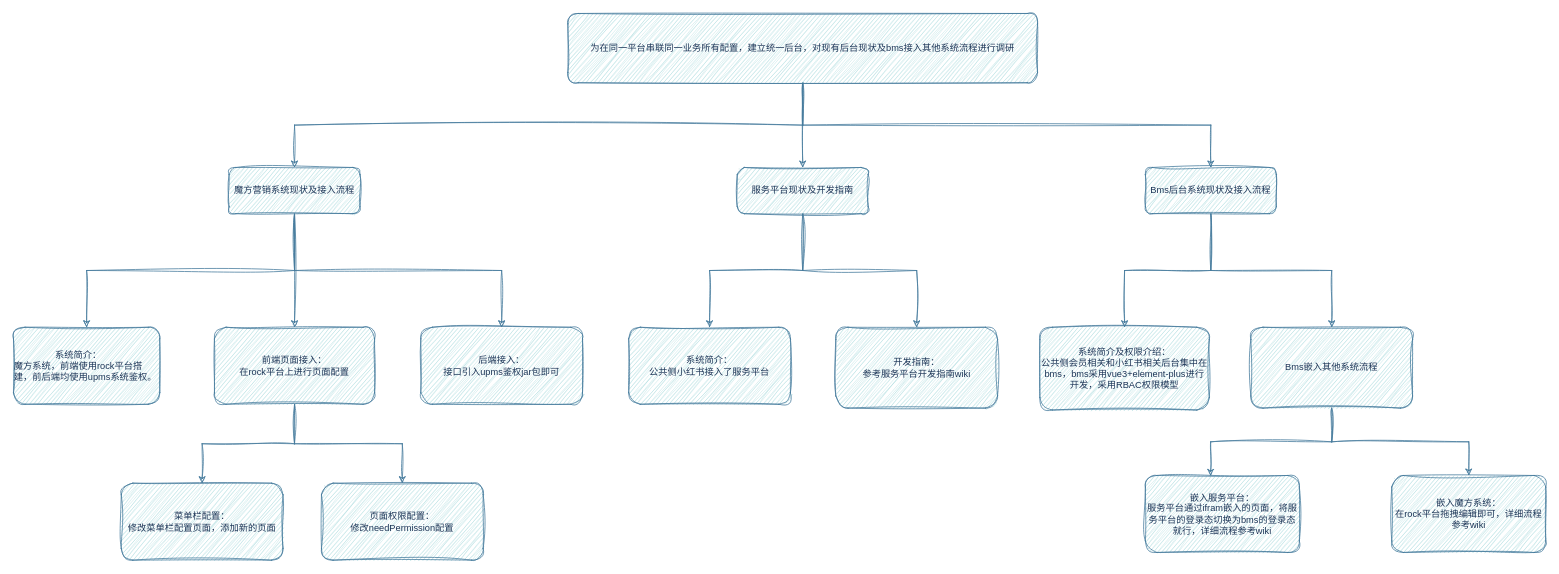
Above: Quanr/SuperCell/未命名绘图.drawio in ghjhtd/drawio (draw.io), before the change. Source tidied: cells renumbered, new cells numbered last; positions are measured from the earlier drawing's top-left corner, leaving out a move shared by most shapes. Both pictures are drawn from the tidied source at 77%, with x=0, y=0 at pixel (13, 13).
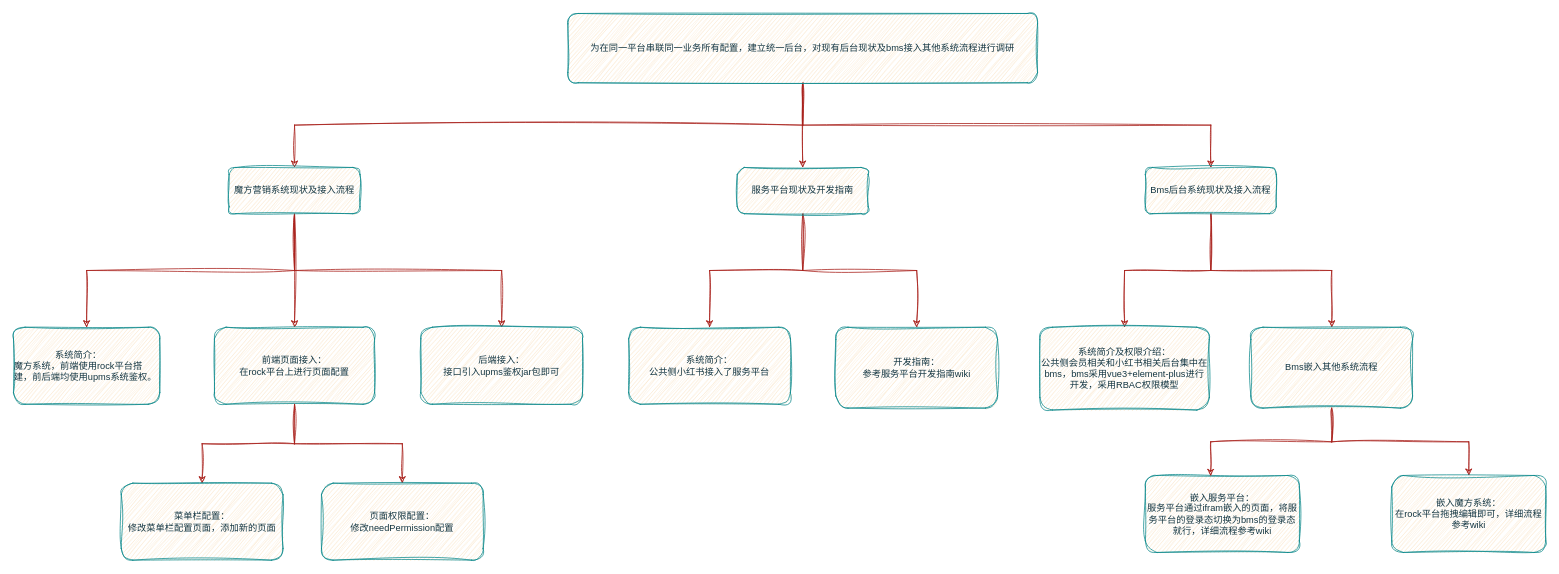
After the change.

Commit message:
结构思考力.drawio

Change to the diagram source:
```diff
@@
-    <mxCell id="2" style="edgeStyle=orthogonalEdgeStyle;rounded=0;jettySize=auto;html=1;entryX=0.5;entryY=0;entryDx=0;entryDy=0;sketch=1;curveFitting=1;jiggle=2;labelBackgroundColor=none;strokeColor=#457B9D;fontColor=default;" parent="1" edge="1" source="5" target="12">
+    <mxCell id="2" style="edgeStyle=orthogonalEdgeStyle;rounded=0;jettySize=auto;html=1;entryX=0.5;entryY=0;entryDx=0;entryDy=0;sketch=1;curveFitting=1;jiggle=2;labelBackgroundColor=none;strokeColor=#A8201A;fontColor=default;" parent="1" edge="1" source="5" target="12">
       <mxGeometry relative="1" as="geometry" />
     </mxCell>
-    <mxCell id="3" style="edgeStyle=orthogonalEdgeStyle;rounded=0;jettySize=auto;html=1;exitX=0.5;exitY=1;exitDx=0;exitDy=0;entryX=0.5;entryY=0;entryDx=0;entryDy=0;sketch=1;curveFitting=1;jiggle=2;labelBackgroundColor=none;strokeColor=#457B9D;fontColor=default;" parent="1" edge="1" source="5" target="9">
+    <mxCell id="3" style="edgeStyle=orthogonalEdgeStyle;rounded=0;jettySize=auto;html=1;exitX=0.5;exitY=1;exitDx=0;exitDy=0;entryX=0.5;entryY=0;entryDx=0;entryDy=0;sketch=1;curveFitting=1;jiggle=2;labelBackgroundColor=none;strokeColor=#A8201A;fontColor=default;" parent="1" edge="1" source="5" target="9">
       <mxGeometry relative="1" as="geometry" />
     </mxCell>
-    <mxCell id="4" style="edgeStyle=orthogonalEdgeStyle;rounded=0;jettySize=auto;html=1;exitX=0.5;exitY=1;exitDx=0;exitDy=0;entryX=0.5;entryY=0;entryDx=0;entryDy=0;sketch=1;curveFitting=1;jiggle=2;labelBackgroundColor=none;strokeColor=#457B9D;fontColor=default;" parent="1" edge="1" source="5" target="15">
+    <mxCell id="4" style="edgeStyle=orthogonalEdgeStyle;rounded=0;jettySize=auto;html=1;exitX=0.5;exitY=1;exitDx=0;exitDy=0;entryX=0.5;entryY=0;entryDx=0;entryDy=0;sketch=1;curveFitting=1;jiggle=2;labelBackgroundColor=none;strokeColor=#A8201A;fontColor=default;" parent="1" edge="1" source="5" target="15">
       <mxGeometry relative="1" as="geometry" />
     </mxCell>
-    <mxCell id="5" value="为在同一平台串联同一业务所有配置，建立统一后台，对现有后台现状及bms接入其他系统流程进行调研" style="rounded=1;whiteSpace=wrap;html=1;sketch=1;curveFitting=1;jiggle=2;labelBackgroundColor=none;fillColor=#A8DADC;strokeColor=#457B9D;fontColor=#1D3557;" parent="1" vertex="1">
+    <mxCell id="5" value="为在同一平台串联同一业务所有配置，建立统一后台，对现有后台现状及bms接入其他系统流程进行调研" style="rounded=1;whiteSpace=wrap;html=1;sketch=1;curveFitting=1;jiggle=2;labelBackgroundColor=none;fillColor=#FAE5C7;strokeColor=#0F8B8D;fontColor=#143642;" parent="1" vertex="1">
       <mxGeometry x="720" width="610" height="90" as="geometry" />
     </mxCell>
-    <mxCell id="6" style="edgeStyle=orthogonalEdgeStyle;rounded=0;jettySize=auto;html=1;exitX=0.5;exitY=1;exitDx=0;exitDy=0;entryX=0.5;entryY=0;entryDx=0;entryDy=0;sketch=1;curveFitting=1;jiggle=2;labelBackgroundColor=none;strokeColor=#457B9D;fontColor=default;" parent="1" edge="1" source="9" target="19">
+    <mxCell id="6" style="edgeStyle=orthogonalEdgeStyle;rounded=0;jettySize=auto;html=1;exitX=0.5;exitY=1;exitDx=0;exitDy=0;entryX=0.5;entryY=0;entryDx=0;entryDy=0;sketch=1;curveFitting=1;jiggle=2;labelBackgroundColor=none;strokeColor=#A8201A;fontColor=default;" parent="1" edge="1" source="9" target="19">
       <mxGeometry relative="1" as="geometry" />
     </mxCell>
-    <mxCell id="7" style="edgeStyle=orthogonalEdgeStyle;rounded=0;jettySize=auto;html=1;exitX=0.5;exitY=1;exitDx=0;exitDy=0;entryX=0.5;entryY=0;entryDx=0;entryDy=0;sketch=1;curveFitting=1;jiggle=2;labelBackgroundColor=none;strokeColor=#457B9D;fontColor=default;" parent="1" edge="1" source="9" target="16">
+    <mxCell id="7" style="edgeStyle=orthogonalEdgeStyle;rounded=0;jettySize=auto;html=1;exitX=0.5;exitY=1;exitDx=0;exitDy=0;entryX=0.5;entryY=0;entryDx=0;entryDy=0;sketch=1;curveFitting=1;jiggle=2;labelBackgroundColor=none;strokeColor=#A8201A;fontColor=default;" parent="1" edge="1" source="9" target="16">
       <mxGeometry relative="1" as="geometry" />
     </mxCell>
-    <mxCell id="8" style="edgeStyle=orthogonalEdgeStyle;rounded=0;jettySize=auto;html=1;exitX=0.5;exitY=1;exitDx=0;exitDy=0;sketch=1;curveFitting=1;jiggle=2;labelBackgroundColor=none;strokeColor=#457B9D;fontColor=default;" parent="1" edge="1" source="9" target="20">
+    <mxCell id="8" style="edgeStyle=orthogonalEdgeStyle;rounded=0;jettySize=auto;html=1;exitX=0.5;exitY=1;exitDx=0;exitDy=0;sketch=1;curveFitting=1;jiggle=2;labelBackgroundColor=none;strokeColor=#A8201A;fontColor=default;" parent="1" edge="1" source="9" target="20">
       <mxGeometry relative="1" as="geometry" />
     </mxCell>
-    <mxCell id="9" value="魔方营销系统现状及接入流程" style="rounded=1;whiteSpace=wrap;html=1;sketch=1;curveFitting=1;jiggle=2;labelBackgroundColor=none;fillColor=#A8DADC;strokeColor=#457B9D;fontColor=#1D3557;" parent="1" vertex="1">
+    <mxCell id="9" value="魔方营销系统现状及接入流程" style="rounded=1;whiteSpace=wrap;html=1;sketch=1;curveFitting=1;jiggle=2;labelBackgroundColor=none;fillColor=#FAE5C7;strokeColor=#0F8B8D;fontColor=#143642;" parent="1" vertex="1">
       <mxGeometry x="280" y="200" width="170" height="60" as="geometry" />
     </mxCell>
-    <mxCell id="10" style="edgeStyle=orthogonalEdgeStyle;rounded=0;jettySize=auto;html=1;exitX=0.5;exitY=1;exitDx=0;exitDy=0;sketch=1;curveFitting=1;jiggle=2;labelBackgroundColor=none;strokeColor=#457B9D;fontColor=default;" parent="1" edge="1" source="12" target="21">
+    <mxCell id="10" style="edgeStyle=orthogonalEdgeStyle;rounded=0;jettySize=auto;html=1;exitX=0.5;exitY=1;exitDx=0;exitDy=0;sketch=1;curveFitting=1;jiggle=2;labelBackgroundColor=none;strokeColor=#A8201A;fontColor=default;" parent="1" edge="1" source="12" target="21">
       <mxGeometry relative="1" as="geometry" />
     </mxCell>
-    <mxCell id="11" style="edgeStyle=orthogonalEdgeStyle;rounded=0;jettySize=auto;html=1;exitX=0.5;exitY=1;exitDx=0;exitDy=0;entryX=0.5;entryY=0;entryDx=0;entryDy=0;sketch=1;curveFitting=1;jiggle=2;labelBackgroundColor=none;strokeColor=#457B9D;fontColor=default;" parent="1" edge="1" source="12" target="22">
+    <mxCell id="11" style="edgeStyle=orthogonalEdgeStyle;rounded=0;jettySize=auto;html=1;exitX=0.5;exitY=1;exitDx=0;exitDy=0;entryX=0.5;entryY=0;entryDx=0;entryDy=0;sketch=1;curveFitting=1;jiggle=2;labelBackgroundColor=none;strokeColor=#A8201A;fontColor=default;" parent="1" edge="1" source="12" target="22">
       <mxGeometry relative="1" as="geometry" />
     </mxCell>
-    <mxCell id="12" value="服务平台现状及开发指南" style="rounded=1;whiteSpace=wrap;html=1;sketch=1;curveFitting=1;jiggle=2;labelBackgroundColor=none;fillColor=#A8DADC;strokeColor=#457B9D;fontColor=#1D3557;" parent="1" vertex="1">
+    <mxCell id="12" value="服务平台现状及开发指南" style="rounded=1;whiteSpace=wrap;html=1;sketch=1;curveFitting=1;jiggle=2;labelBackgroundColor=none;fillColor=#FAE5C7;strokeColor=#0F8B8D;fontColor=#143642;" parent="1" vertex="1">
       <mxGeometry x="940" y="200" width="170" height="60" as="geometry" />
     </mxCell>
-    <mxCell id="13" style="edgeStyle=orthogonalEdgeStyle;rounded=0;jettySize=auto;html=1;exitX=0.5;exitY=1;exitDx=0;exitDy=0;sketch=1;curveFitting=1;jiggle=2;labelBackgroundColor=none;strokeColor=#457B9D;fontColor=default;" parent="1" edge="1" source="15" target="23">
+    <mxCell id="13" style="edgeStyle=orthogonalEdgeStyle;rounded=0;jettySize=auto;html=1;exitX=0.5;exitY=1;exitDx=0;exitDy=0;sketch=1;curveFitting=1;jiggle=2;labelBackgroundColor=none;strokeColor=#A8201A;fontColor=default;" parent="1" edge="1" source="15" target="23">
       <mxGeometry relative="1" as="geometry" />
     </mxCell>
-    <mxCell id="14" style="edgeStyle=orthogonalEdgeStyle;rounded=0;jettySize=auto;html=1;exitX=0.5;exitY=1;exitDx=0;exitDy=0;entryX=0.5;entryY=0;entryDx=0;entryDy=0;sketch=1;curveFitting=1;jiggle=2;labelBackgroundColor=none;strokeColor=#457B9D;fontColor=default;" parent="1" edge="1" source="15" target="25">
+    <mxCell id="14" style="edgeStyle=orthogonalEdgeStyle;rounded=0;jettySize=auto;html=1;exitX=0.5;exitY=1;exitDx=0;exitDy=0;entryX=0.5;entryY=0;entryDx=0;entryDy=0;sketch=1;curveFitting=1;jiggle=2;labelBackgroundColor=none;strokeColor=#A8201A;fontColor=default;" parent="1" edge="1" source="15" target="25">
       <mxGeometry relative="1" as="geometry" />
     </mxCell>
-    <mxCell id="15" value="Bms后台系统现状及接入流程" style="rounded=1;whiteSpace=wrap;html=1;sketch=1;curveFitting=1;jiggle=2;labelBackgroundColor=none;fillColor=#A8DADC;strokeColor=#457B9D;fontColor=#1D3557;" parent="1" vertex="1">
+    <mxCell id="15" value="Bms后台系统现状及接入流程" style="rounded=1;whiteSpace=wrap;html=1;sketch=1;curveFitting=1;jiggle=2;labelBackgroundColor=none;fillColor=#FAE5C7;strokeColor=#0F8B8D;fontColor=#143642;" parent="1" vertex="1">
       <mxGeometry x="1470" y="200" width="170" height="60" as="geometry" />
     </mxCell>
-    <mxCell id="16" value="&lt;div style=&quot;text-align: start;&quot;&gt;&lt;div&gt;&lt;span style=&quot;white-space: pre;&quot;&gt;&#9;&lt;/span&gt;&lt;span style=&quot;white-space: pre;&quot;&gt;&#9;&lt;/span&gt;系统简介：&lt;/div&gt;&lt;div&gt;魔方系统，前端使用rock平台搭建，前后端均使用upms系统鉴权。&lt;/div&gt;&lt;/div&gt;" style="rounded=1;whiteSpace=wrap;html=1;sketch=1;curveFitting=1;jiggle=2;labelBackgroundColor=none;fillColor=#A8DADC;strokeColor=#457B9D;fontColor=#1D3557;" parent="1" vertex="1">
+    <mxCell id="16" value="&lt;div style=&quot;text-align: start;&quot;&gt;&lt;div&gt;&lt;span style=&quot;white-space: pre;&quot;&gt;&#9;&lt;/span&gt;&lt;span style=&quot;white-space: pre;&quot;&gt;&#9;&lt;/span&gt;系统简介：&lt;/div&gt;&lt;div&gt;魔方系统，前端使用rock平台搭建，前后端均使用upms系统鉴权。&lt;/div&gt;&lt;/div&gt;" style="rounded=1;whiteSpace=wrap;html=1;sketch=1;curveFitting=1;jiggle=2;labelBackgroundColor=none;fillColor=#FAE5C7;strokeColor=#0F8B8D;fontColor=#143642;" parent="1" vertex="1">
       <mxGeometry y="407.5" width="190" height="100" as="geometry" />
     </mxCell>
-    <mxCell id="17" style="edgeStyle=orthogonalEdgeStyle;rounded=0;jettySize=auto;html=1;exitX=0.5;exitY=1;exitDx=0;exitDy=0;entryX=0.5;entryY=0;entryDx=0;entryDy=0;sketch=1;curveFitting=1;jiggle=2;labelBackgroundColor=none;strokeColor=#457B9D;fontColor=default;" parent="1" edge="1" source="19" target="26">
+    <mxCell id="17" style="edgeStyle=orthogonalEdgeStyle;rounded=0;jettySize=auto;html=1;exitX=0.5;exitY=1;exitDx=0;exitDy=0;entryX=0.5;entryY=0;entryDx=0;entryDy=0;sketch=1;curveFitting=1;jiggle=2;labelBackgroundColor=none;strokeColor=#A8201A;fontColor=default;" parent="1" edge="1" source="19" target="26">
       <mxGeometry relative="1" as="geometry" />
     </mxCell>
-    <mxCell id="18" style="edgeStyle=orthogonalEdgeStyle;rounded=0;jettySize=auto;html=1;exitX=0.5;exitY=1;exitDx=0;exitDy=0;sketch=1;curveFitting=1;jiggle=2;labelBackgroundColor=none;strokeColor=#457B9D;fontColor=default;" parent="1" edge="1" source="19" target="27">
+    <mxCell id="18" style="edgeStyle=orthogonalEdgeStyle;rounded=0;jettySize=auto;html=1;exitX=0.5;exitY=1;exitDx=0;exitDy=0;sketch=1;curveFitting=1;jiggle=2;labelBackgroundColor=none;strokeColor=#A8201A;fontColor=default;" parent="1" edge="1" source="19" target="27">
       <mxGeometry relative="1" as="geometry" />
     </mxCell>
-    <mxCell id="19" value="前端页面接入：&lt;div&gt;在rock平台上进行页面配置&lt;/div&gt;" style="rounded=1;whiteSpace=wrap;html=1;sketch=1;curveFitting=1;jiggle=2;labelBackgroundColor=none;fillColor=#A8DADC;strokeColor=#457B9D;fontColor=#1D3557;" parent="1" vertex="1">
+    <mxCell id="19" value="前端页面接入：&lt;div&gt;在rock平台上进行页面配置&lt;/div&gt;" style="rounded=1;whiteSpace=wrap;html=1;sketch=1;curveFitting=1;jiggle=2;labelBackgroundColor=none;fillColor=#FAE5C7;strokeColor=#0F8B8D;fontColor=#143642;" parent="1" vertex="1">
       <mxGeometry x="261" y="407.5" width="208" height="100" as="geometry" />
     </mxCell>
-    <mxCell id="20" value="后端接入：&lt;div&gt;接口引入upms鉴权jar包即可&lt;/div&gt;" style="rounded=1;whiteSpace=wrap;html=1;sketch=1;curveFitting=1;jiggle=2;labelBackgroundColor=none;fillColor=#A8DADC;strokeColor=#457B9D;fontColor=#1D3557;" parent="1" vertex="1">
+    <mxCell id="20" value="后端接入：&lt;div&gt;接口引入upms鉴权jar包即可&lt;/div&gt;" style="rounded=1;whiteSpace=wrap;html=1;sketch=1;curveFitting=1;jiggle=2;labelBackgroundColor=none;fillColor=#FAE5C7;strokeColor=#0F8B8D;fontColor=#143642;" parent="1" vertex="1">
       <mxGeometry x="529" y="407.5" width="210" height="100" as="geometry" />
     </mxCell>
-    <mxCell id="21" value="&lt;div&gt;&lt;div&gt;系统简介：&lt;/div&gt;&lt;div&gt;公共侧小红书接入了服务平台&lt;/div&gt;&lt;/div&gt;" style="rounded=1;whiteSpace=wrap;html=1;sketch=1;curveFitting=1;jiggle=2;labelBackgroundColor=none;fillColor=#A8DADC;strokeColor=#457B9D;fontColor=#1D3557;" parent="1" vertex="1">
+    <mxCell id="21" value="&lt;div&gt;&lt;div&gt;系统简介：&lt;/div&gt;&lt;div&gt;公共侧小红书接入了服务平台&lt;/div&gt;&lt;/div&gt;" style="rounded=1;whiteSpace=wrap;html=1;sketch=1;curveFitting=1;jiggle=2;labelBackgroundColor=none;fillColor=#FAE5C7;strokeColor=#0F8B8D;fontColor=#143642;" parent="1" vertex="1">
       <mxGeometry x="799" y="407.5" width="210" height="100" as="geometry" />
     </mxCell>
-    <mxCell id="22" value="&lt;div&gt;开发指南：&lt;/div&gt;&lt;div&gt;参考服务平台开发指南wiki&lt;/div&gt;" style="rounded=1;whiteSpace=wrap;html=1;sketch=1;curveFitting=1;jiggle=2;labelBackgroundColor=none;fillColor=#A8DADC;strokeColor=#457B9D;fontColor=#1D3557;" parent="1" vertex="1">
+    <mxCell id="22" value="&lt;div&gt;开发指南：&lt;/div&gt;&lt;div&gt;参考服务平台开发指南wiki&lt;/div&gt;" style="rounded=1;whiteSpace=wrap;html=1;sketch=1;curveFitting=1;jiggle=2;labelBackgroundColor=none;fillColor=#FAE5C7;strokeColor=#0F8B8D;fontColor=#143642;" parent="1" vertex="1">
       <mxGeometry x="1068" y="407.5" width="210" height="105" as="geometry" />
     </mxCell>
-    <mxCell id="23" value="系统简介及权限介绍：&lt;div&gt;公共侧会员相关和小红书相关后台集中在bms，bms采用vue3+element-plus进行开发，采用RBAC权限模型&lt;br&gt;&lt;/div&gt;" style="rounded=1;whiteSpace=wrap;html=1;sketch=1;curveFitting=1;jiggle=2;labelBackgroundColor=none;fillColor=#A8DADC;strokeColor=#457B9D;fontColor=#1D3557;" parent="1" vertex="1">
+    <mxCell id="23" value="系统简介及权限介绍：&lt;div&gt;公共侧会员相关和小红书相关后台集中在bms，bms采用vue3+element-plus进行开发，采用RBAC权限模型&lt;br&gt;&lt;/div&gt;" style="rounded=1;whiteSpace=wrap;html=1;sketch=1;curveFitting=1;jiggle=2;labelBackgroundColor=none;fillColor=#FAE5C7;strokeColor=#0F8B8D;fontColor=#143642;" parent="1" vertex="1">
       <mxGeometry x="1333" y="407.5" width="220" height="107.5" as="geometry" />
     </mxCell>
-    <mxCell id="24" style="edgeStyle=orthogonalEdgeStyle;rounded=0;jettySize=auto;html=1;exitX=0.5;exitY=1;exitDx=0;exitDy=0;entryX=0.5;entryY=0;entryDx=0;entryDy=0;sketch=1;curveFitting=1;jiggle=2;labelBackgroundColor=none;strokeColor=#457B9D;fontColor=default;" parent="1" edge="1" source="25" target="29">
+    <mxCell id="24" style="edgeStyle=orthogonalEdgeStyle;rounded=0;jettySize=auto;html=1;exitX=0.5;exitY=1;exitDx=0;exitDy=0;entryX=0.5;entryY=0;entryDx=0;entryDy=0;sketch=1;curveFitting=1;jiggle=2;labelBackgroundColor=none;strokeColor=#A8201A;fontColor=default;" parent="1" edge="1" source="25" target="29">
       <mxGeometry relative="1" as="geometry" />
     </mxCell>
-    <mxCell id="25" value="Bms嵌入其他系统流程" style="rounded=1;whiteSpace=wrap;html=1;sketch=1;curveFitting=1;jiggle=2;labelBackgroundColor=none;fillColor=#A8DADC;strokeColor=#457B9D;fontColor=#1D3557;" parent="1" vertex="1">
+    <mxCell id="25" value="Bms嵌入其他系统流程" style="rounded=1;whiteSpace=wrap;html=1;sketch=1;curveFitting=1;jiggle=2;labelBackgroundColor=none;fillColor=#FAE5C7;strokeColor=#0F8B8D;fontColor=#143642;" parent="1" vertex="1">
       <mxGeometry x="1607" y="407.5" width="210" height="105" as="geometry" />
     </mxCell>
-    <mxCell id="26" value="菜单栏配置：&lt;div&gt;修改菜单栏配置页面，添加新的页面&lt;/div&gt;" style="rounded=1;whiteSpace=wrap;html=1;sketch=1;curveFitting=1;jiggle=2;labelBackgroundColor=none;fillColor=#A8DADC;strokeColor=#457B9D;fontColor=#1D3557;" parent="1" vertex="1">
+    <mxCell id="26" value="菜单栏配置：&lt;div&gt;修改菜单栏配置页面，添加新的页面&lt;/div&gt;" style="rounded=1;whiteSpace=wrap;html=1;sketch=1;curveFitting=1;jiggle=2;labelBackgroundColor=none;fillColor=#FAE5C7;strokeColor=#0F8B8D;fontColor=#143642;" parent="1" vertex="1">
       <mxGeometry x="140" y="610" width="210" height="100" as="geometry" />
     </mxCell>
-    <mxCell id="27" value="页面权限配置：&lt;div&gt;修改needPermission配置&lt;/div&gt;" style="rounded=1;whiteSpace=wrap;html=1;sketch=1;curveFitting=1;jiggle=2;labelBackgroundColor=none;fillColor=#A8DADC;strokeColor=#457B9D;fontColor=#1D3557;" parent="1" vertex="1">
+    <mxCell id="27" value="页面权限配置：&lt;div&gt;修改needPermission配置&lt;/div&gt;" style="rounded=1;whiteSpace=wrap;html=1;sketch=1;curveFitting=1;jiggle=2;labelBackgroundColor=none;fillColor=#FAE5C7;strokeColor=#0F8B8D;fontColor=#143642;" parent="1" vertex="1">
       <mxGeometry x="400" y="610" width="210" height="100" as="geometry" />
     </mxCell>
-    <mxCell id="28" value="&lt;div&gt;&lt;div&gt;嵌入服务平台：&lt;/div&gt;&lt;div&gt;服务平台通过ifram嵌入的页面，将服务平台的登录态切换为bms的登录态就行，详细流程参考wiki&lt;/div&gt;&lt;/div&gt;" style="rounded=1;whiteSpace=wrap;html=1;sketch=1;curveFitting=1;jiggle=2;labelBackgroundColor=none;fillColor=#A8DADC;strokeColor=#457B9D;fontColor=#1D3557;" parent="1" vertex="1">
+    <mxCell id="28" value="&lt;div&gt;&lt;div&gt;嵌入服务平台：&lt;/div&gt;&lt;div&gt;服务平台通过ifram嵌入的页面，将服务平台的登录态切换为bms的登录态就行，详细流程参考wiki&lt;/div&gt;&lt;/div&gt;" style="rounded=1;whiteSpace=wrap;html=1;sketch=1;curveFitting=1;jiggle=2;labelBackgroundColor=none;fillColor=#FAE5C7;strokeColor=#0F8B8D;fontColor=#143642;" parent="1" vertex="1">
       <mxGeometry x="1470" y="600" width="200" height="100" as="geometry" />
     </mxCell>
-    <mxCell id="29" value="嵌入魔方系统：&lt;div&gt;在rock平台拖拽编辑即可，详细流程参考wiki&lt;/div&gt;" style="rounded=1;whiteSpace=wrap;html=1;sketch=1;curveFitting=1;jiggle=2;labelBackgroundColor=none;fillColor=#A8DADC;strokeColor=#457B9D;fontColor=#1D3557;" parent="1" vertex="1">
+    <mxCell id="29" value="嵌入魔方系统：&lt;div&gt;在rock平台拖拽编辑即可，详细流程参考wiki&lt;/div&gt;" style="rounded=1;whiteSpace=wrap;html=1;sketch=1;curveFitting=1;jiggle=2;labelBackgroundColor=none;fillColor=#FAE5C7;strokeColor=#0F8B8D;fontColor=#143642;" parent="1" vertex="1">
       <mxGeometry x="1790" y="600" width="200" height="100" as="geometry" />
     </mxCell>
-    <mxCell id="30" style="edgeStyle=orthogonalEdgeStyle;rounded=0;jettySize=auto;html=1;exitX=0.5;exitY=1;exitDx=0;exitDy=0;entryX=0.424;entryY=0.005;entryDx=0;entryDy=0;entryPerimeter=0;sketch=1;curveFitting=1;jiggle=2;labelBackgroundColor=none;strokeColor=#457B9D;fontColor=default;" parent="1" edge="1" source="25" target="28">
+    <mxCell id="30" style="edgeStyle=orthogonalEdgeStyle;rounded=0;jettySize=auto;html=1;exitX=0.5;exitY=1;exitDx=0;exitDy=0;entryX=0.424;entryY=0.005;entryDx=0;entryDy=0;entryPerimeter=0;sketch=1;curveFitting=1;jiggle=2;labelBackgroundColor=none;strokeColor=#A8201A;fontColor=default;" parent="1" edge="1" source="25" target="28">
       <mxGeometry relative="1" as="geometry" />
     </mxCell>
```
